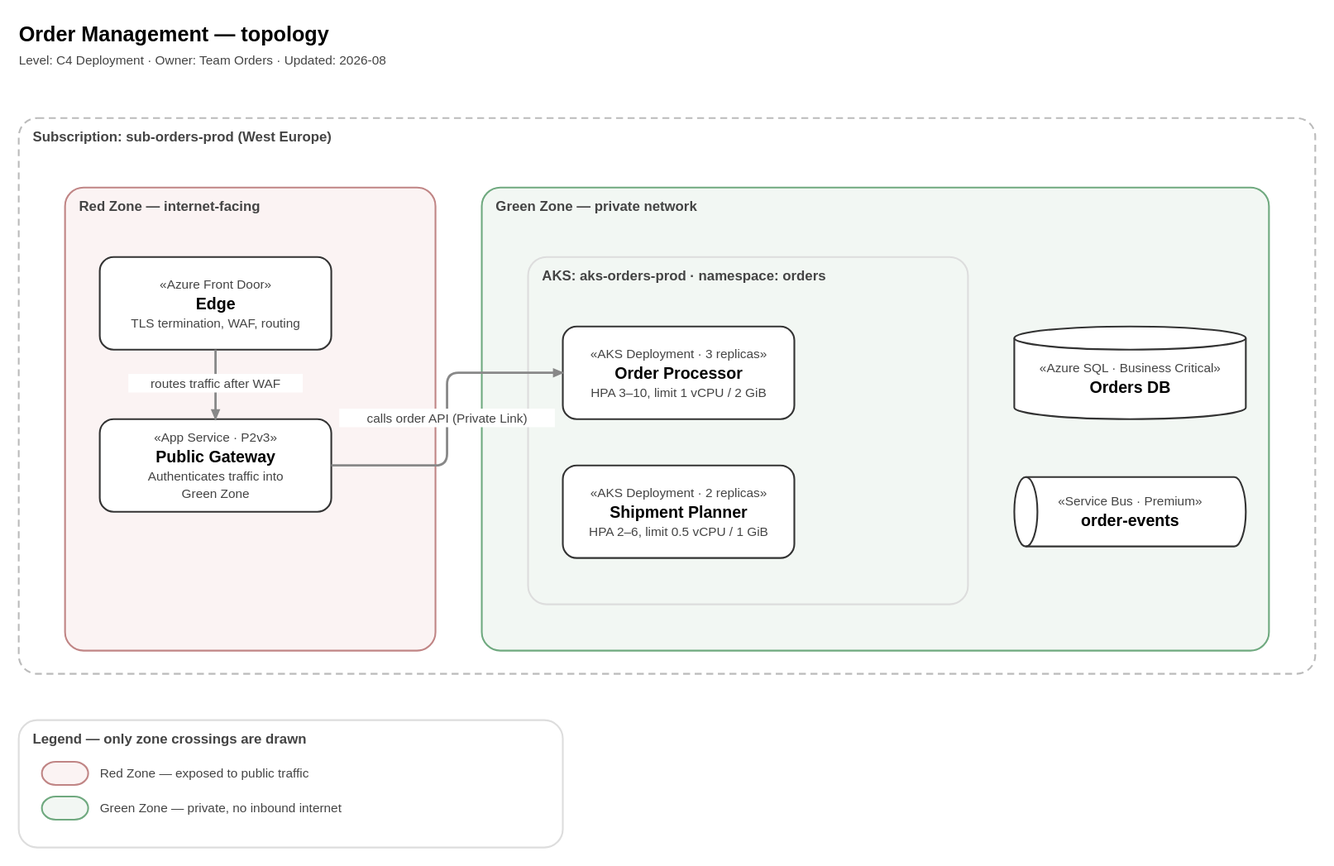
Before: examples/topology-example.drawio.svg, a diagram exported from draw.io (wojciech-ruchlewicz/drawio-architecture-kit). Source tidied: cells renumbered, new cells last; positions are measured from the earlier drawing's top-left corner, leaving out a move shared by most shapes.
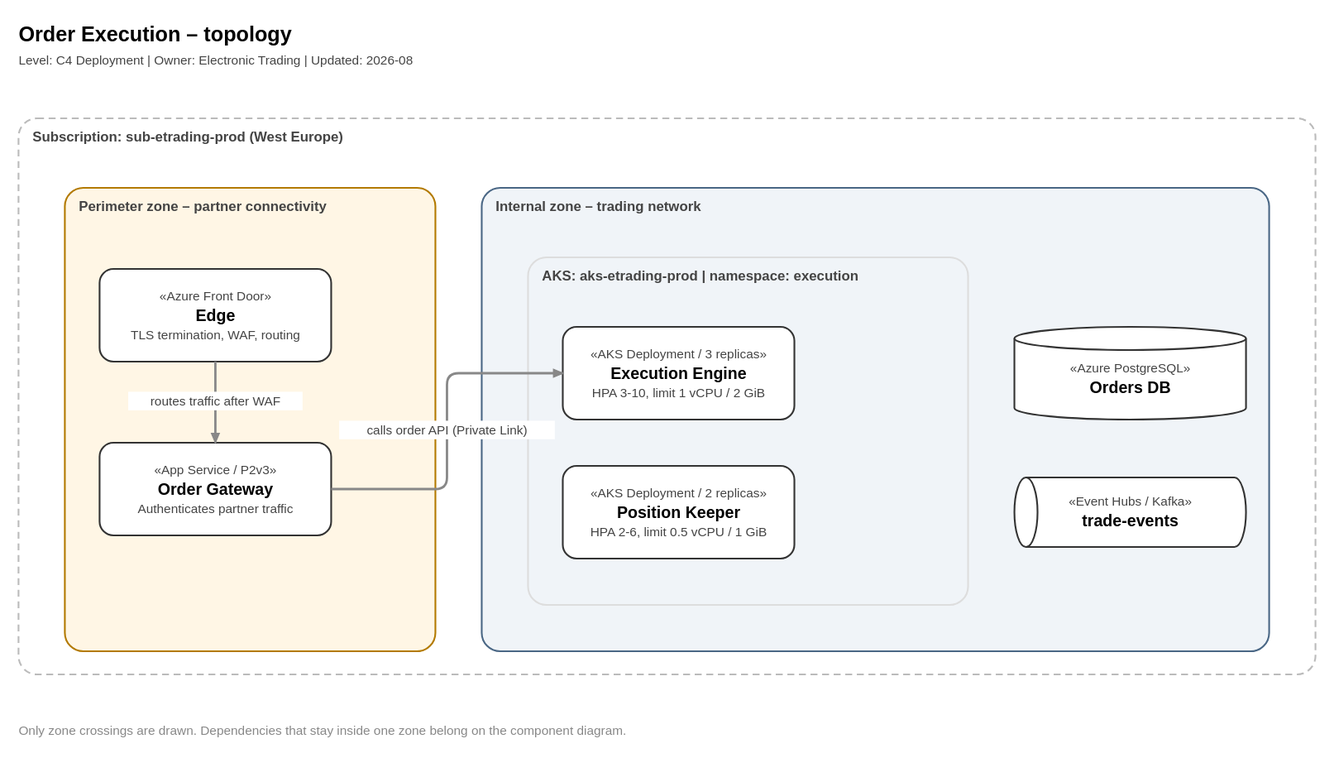
After the commit.

Change to the diagram source:
```diff
@@ -2,40 +2,40 @@
   <root>
     <mxCell id="0" />
     <mxCell id="1" parent="0" />
-    <mxCell id="2" value="Order Management — topology" style="text;html=1;align=left;verticalAlign=middle;fontFamily=Helvetica;fontSize=18;fontColor=#000000;fontStyle=1;" parent="1" vertex="1">
-      <mxGeometry width="700" height="26" as="geometry" />
+    <mxCell id="2" value="Order Execution – topology" style="text;html=1;align=left;verticalAlign=middle;fontFamily=Helvetica;fontSize=18;fontColor=#000000;fontStyle=1;" parent="1" vertex="1">
+      <mxGeometry width="800" height="26" as="geometry" />
     </mxCell>
-    <mxCell id="3" value="Level: C4 Deployment · Owner: Team Orders · Updated: 2026-08" style="text;html=1;align=left;verticalAlign=middle;fontFamily=Helvetica;fontSize=11;fontColor=#444444;" parent="1" vertex="1">
-      <mxGeometry y="28" width="700" height="16" as="geometry" />
+    <mxCell id="3" value="Level: C4 Deployment | Owner: Electronic Trading | Updated: 2026-08" style="text;html=1;align=left;verticalAlign=middle;fontFamily=Helvetica;fontSize=11;fontColor=#444444;" parent="1" vertex="1">
+      <mxGeometry y="28" width="800" height="16" as="geometry" />
     </mxCell>
-    <mxCell id="4" value="Subscription: sub-orders-prod (West Europe)" style="rounded=1;absoluteArcSize=1;arcSize=32;whiteSpace=wrap;html=1;strokeWidth=1.5;fontFamily=Helvetica;fontSize=12;fontStyle=1;fontColor=#444444;align=left;verticalAlign=top;spacingLeft=12;spacingTop=4;shadow=0;fillColor=none;strokeColor=#BBBBBB;dashed=1;dashPattern=8 4;" parent="1" vertex="1">
+    <mxCell id="4" value="Subscription: sub-etrading-prod (West Europe)" style="rounded=1;absoluteArcSize=1;arcSize=32;whiteSpace=wrap;html=1;strokeWidth=1.5;fontFamily=Helvetica;fontSize=12;fontStyle=1;fontColor=#444444;align=left;verticalAlign=top;spacingLeft=12;spacingTop=4;shadow=0;fillColor=none;strokeColor=#BBBBBB;dashed=1;dashPattern=8 4;" parent="1" vertex="1">
       <mxGeometry y="86" width="1120" height="480" as="geometry" />
     </mxCell>
-    <mxCell id="5" value="Red Zone — internet-facing" style="rounded=1;absoluteArcSize=1;arcSize=32;whiteSpace=wrap;html=1;strokeWidth=1.5;fontFamily=Helvetica;fontSize=12;fontStyle=1;fontColor=#444444;align=left;verticalAlign=top;spacingLeft=12;spacingTop=4;shadow=0;fillColor=#FBF3F3;strokeColor=#C08585;" parent="4" vertex="1">
+    <mxCell id="5" value="Perimeter zone – partner connectivity" style="rounded=1;absoluteArcSize=1;arcSize=32;whiteSpace=wrap;html=1;strokeWidth=1.5;fontFamily=Helvetica;fontSize=12;fontStyle=1;fontColor=#444444;align=left;verticalAlign=top;spacingLeft=12;spacingTop=4;shadow=0;fillColor=#FFF6E5;strokeColor=#B37A00;" parent="4" vertex="1">
       <mxGeometry x="40" y="60" width="320" height="400" as="geometry" />
     </mxCell>
     <mxCell id="6" value="&lt;div style=&quot;line-height:1.3&quot;&gt;&lt;font style=&quot;font-size:11px;color:#444444&quot;&gt;&amp;laquo;Azure Front Door&amp;raquo;&lt;/font&gt;&lt;br&gt;&lt;b style=&quot;font-size:14px;color:#000000&quot;&gt;Edge&lt;/b&gt;&lt;br&gt;&lt;font style=&quot;font-size:11px;color:#444444&quot;&gt;TLS termination, WAF, routing&lt;/font&gt;&lt;/div&gt;" style="rounded=1;absoluteArcSize=1;arcSize=24;whiteSpace=wrap;html=1;strokeWidth=1.5;fontFamily=Helvetica;fontSize=14;fontColor=#000000;align=center;verticalAlign=middle;spacingLeft=6;spacingRight=6;shadow=0;fillColor=#FFFFFF;strokeColor=#333333;" parent="5" vertex="1">
-      <mxGeometry x="30" y="60" width="200" height="80" as="geometry" />
+      <mxGeometry x="30" y="70" width="200" height="80" as="geometry" />
     </mxCell>
-    <mxCell id="7" value="&lt;div style=&quot;line-height:1.3&quot;&gt;&lt;font style=&quot;font-size:11px;color:#444444&quot;&gt;&amp;laquo;App Service · P2v3&amp;raquo;&lt;/font&gt;&lt;br&gt;&lt;b style=&quot;font-size:14px;color:#000000&quot;&gt;Public Gateway&lt;/b&gt;&lt;br&gt;&lt;font style=&quot;font-size:11px;color:#444444&quot;&gt;Authenticates traffic into Green Zone&lt;/font&gt;&lt;/div&gt;" style="rounded=1;absoluteArcSize=1;arcSize=24;whiteSpace=wrap;html=1;strokeWidth=1.5;fontFamily=Helvetica;fontSize=14;fontColor=#000000;align=center;verticalAlign=middle;spacingLeft=6;spacingRight=6;shadow=0;fillColor=#FFFFFF;strokeColor=#333333;" parent="5" vertex="1">
-      <mxGeometry x="30" y="200" width="200" height="80" as="geometry" />
+    <mxCell id="7" value="&lt;div style=&quot;line-height:1.3&quot;&gt;&lt;font style=&quot;font-size:11px;color:#444444&quot;&gt;&amp;laquo;App Service / P2v3&amp;raquo;&lt;/font&gt;&lt;br&gt;&lt;b style=&quot;font-size:14px;color:#000000&quot;&gt;Order Gateway&lt;/b&gt;&lt;br&gt;&lt;font style=&quot;font-size:11px;color:#444444&quot;&gt;Authenticates partner traffic&lt;/font&gt;&lt;/div&gt;" style="rounded=1;absoluteArcSize=1;arcSize=24;whiteSpace=wrap;html=1;strokeWidth=1.5;fontFamily=Helvetica;fontSize=14;fontColor=#000000;align=center;verticalAlign=middle;spacingLeft=6;spacingRight=6;shadow=0;fillColor=#FFFFFF;strokeColor=#333333;" parent="5" vertex="1">
+      <mxGeometry x="30" y="220" width="200" height="80" as="geometry" />
     </mxCell>
-    <mxCell id="8" value="Green Zone — private network" style="rounded=1;absoluteArcSize=1;arcSize=32;whiteSpace=wrap;html=1;strokeWidth=1.5;fontFamily=Helvetica;fontSize=12;fontStyle=1;fontColor=#444444;align=left;verticalAlign=top;spacingLeft=12;spacingTop=4;shadow=0;fillColor=#F2F7F3;strokeColor=#6FA97F;" parent="4" vertex="1">
+    <mxCell id="8" value="Internal zone – trading network" style="rounded=1;absoluteArcSize=1;arcSize=32;whiteSpace=wrap;html=1;strokeWidth=1.5;fontFamily=Helvetica;fontSize=12;fontStyle=1;fontColor=#444444;align=left;verticalAlign=top;spacingLeft=12;spacingTop=4;shadow=0;fillColor=#F0F4F8;strokeColor=#4A6785;" parent="4" vertex="1">
       <mxGeometry x="400" y="60" width="680" height="400" as="geometry" />
     </mxCell>
-    <mxCell id="9" value="AKS: aks-orders-prod · namespace: orders" style="rounded=1;absoluteArcSize=1;arcSize=32;whiteSpace=wrap;html=1;strokeWidth=1.5;fontFamily=Helvetica;fontSize=12;fontStyle=1;fontColor=#444444;align=left;verticalAlign=top;spacingLeft=12;spacingTop=4;shadow=0;fillColor=none;strokeColor=#DDDDDD;" parent="8" vertex="1">
+    <mxCell id="9" value="AKS: aks-etrading-prod | namespace: execution" style="rounded=1;absoluteArcSize=1;arcSize=32;whiteSpace=wrap;html=1;strokeWidth=1.5;fontFamily=Helvetica;fontSize=12;fontStyle=1;fontColor=#444444;align=left;verticalAlign=top;spacingLeft=12;spacingTop=4;shadow=0;fillColor=none;strokeColor=#DDDDDD;" parent="8" vertex="1">
       <mxGeometry x="40" y="60" width="380" height="300" as="geometry" />
     </mxCell>
-    <mxCell id="10" value="&lt;div style=&quot;line-height:1.3&quot;&gt;&lt;font style=&quot;font-size:11px;color:#444444&quot;&gt;&amp;laquo;AKS Deployment · 3 replicas&amp;raquo;&lt;/font&gt;&lt;br&gt;&lt;b style=&quot;font-size:14px;color:#000000&quot;&gt;Order Processor&lt;/b&gt;&lt;br&gt;&lt;font style=&quot;font-size:11px;color:#444444&quot;&gt;HPA 3–10, limit 1 vCPU / 2 GiB&lt;/font&gt;&lt;/div&gt;" style="rounded=1;absoluteArcSize=1;arcSize=24;whiteSpace=wrap;html=1;strokeWidth=1.5;fontFamily=Helvetica;fontSize=14;fontColor=#000000;align=center;verticalAlign=middle;spacingLeft=6;spacingRight=6;shadow=0;fillColor=#FFFFFF;strokeColor=#333333;" parent="9" vertex="1">
+    <mxCell id="10" value="&lt;div style=&quot;line-height:1.3&quot;&gt;&lt;font style=&quot;font-size:11px;color:#444444&quot;&gt;&amp;laquo;AKS Deployment / 3 replicas&amp;raquo;&lt;/font&gt;&lt;br&gt;&lt;b style=&quot;font-size:14px;color:#000000&quot;&gt;Execution Engine&lt;/b&gt;&lt;br&gt;&lt;font style=&quot;font-size:11px;color:#444444&quot;&gt;HPA 3-10, limit 1 vCPU / 2 GiB&lt;/font&gt;&lt;/div&gt;" style="rounded=1;absoluteArcSize=1;arcSize=24;whiteSpace=wrap;html=1;strokeWidth=1.5;fontFamily=Helvetica;fontSize=14;fontColor=#000000;align=center;verticalAlign=middle;spacingLeft=6;spacingRight=6;shadow=0;fillColor=#FFFFFF;strokeColor=#333333;" parent="9" vertex="1">
       <mxGeometry x="30" y="60" width="200" height="80" as="geometry" />
     </mxCell>
-    <mxCell id="11" value="&lt;div style=&quot;line-height:1.3&quot;&gt;&lt;font style=&quot;font-size:11px;color:#444444&quot;&gt;&amp;laquo;AKS Deployment · 2 replicas&amp;raquo;&lt;/font&gt;&lt;br&gt;&lt;b style=&quot;font-size:14px;color:#000000&quot;&gt;Shipment Planner&lt;/b&gt;&lt;br&gt;&lt;font style=&quot;font-size:11px;color:#444444&quot;&gt;HPA 2–6, limit 0.5 vCPU / 1 GiB&lt;/font&gt;&lt;/div&gt;" style="rounded=1;absoluteArcSize=1;arcSize=24;whiteSpace=wrap;html=1;strokeWidth=1.5;fontFamily=Helvetica;fontSize=14;fontColor=#000000;align=center;verticalAlign=middle;spacingLeft=6;spacingRight=6;shadow=0;fillColor=#FFFFFF;strokeColor=#333333;" parent="9" vertex="1">
+    <mxCell id="11" value="&lt;div style=&quot;line-height:1.3&quot;&gt;&lt;font style=&quot;font-size:11px;color:#444444&quot;&gt;&amp;laquo;AKS Deployment / 2 replicas&amp;raquo;&lt;/font&gt;&lt;br&gt;&lt;b style=&quot;font-size:14px;color:#000000&quot;&gt;Position Keeper&lt;/b&gt;&lt;br&gt;&lt;font style=&quot;font-size:11px;color:#444444&quot;&gt;HPA 2-6, limit 0.5 vCPU / 1 GiB&lt;/font&gt;&lt;/div&gt;" style="rounded=1;absoluteArcSize=1;arcSize=24;whiteSpace=wrap;html=1;strokeWidth=1.5;fontFamily=Helvetica;fontSize=14;fontColor=#000000;align=center;verticalAlign=middle;spacingLeft=6;spacingRight=6;shadow=0;fillColor=#FFFFFF;strokeColor=#333333;" parent="9" vertex="1">
       <mxGeometry x="30" y="180" width="200" height="80" as="geometry" />
     </mxCell>
-    <mxCell id="12" value="&lt;div style=&quot;line-height:1.3&quot;&gt;&lt;font style=&quot;font-size:11px;color:#444444&quot;&gt;&amp;laquo;Azure SQL · Business Critical&amp;raquo;&lt;/font&gt;&lt;br&gt;&lt;b style=&quot;font-size:14px;color:#000000&quot;&gt;Orders DB&lt;/b&gt;&lt;/div&gt;" style="shape=cylinder3;boundedLbl=1;backgroundOutline=1;size=10;whiteSpace=wrap;html=1;strokeWidth=1.5;fontFamily=Helvetica;fontSize=14;fontColor=#000000;align=center;verticalAlign=middle;shadow=0;fillColor=#FFFFFF;strokeColor=#333333;" parent="8" vertex="1">
+    <mxCell id="12" value="&lt;div style=&quot;line-height:1.3&quot;&gt;&lt;font style=&quot;font-size:11px;color:#444444&quot;&gt;&amp;laquo;Azure PostgreSQL&amp;raquo;&lt;/font&gt;&lt;br&gt;&lt;b style=&quot;font-size:14px;color:#000000&quot;&gt;Orders DB&lt;/b&gt;&lt;/div&gt;" style="shape=cylinder3;boundedLbl=1;backgroundOutline=1;size=10;whiteSpace=wrap;html=1;strokeWidth=1.5;fontFamily=Helvetica;fontSize=14;fontColor=#000000;align=center;verticalAlign=middle;shadow=0;fillColor=#FFFFFF;strokeColor=#333333;" parent="8" vertex="1">
       <mxGeometry x="460" y="120" width="200" height="80" as="geometry" />
     </mxCell>
-    <mxCell id="13" value="&lt;div style=&quot;line-height:1.3&quot;&gt;&lt;font style=&quot;font-size:11px;color:#444444&quot;&gt;&amp;laquo;Service Bus · Premium&amp;raquo;&lt;/font&gt;&lt;br&gt;&lt;b style=&quot;font-size:14px;color:#000000&quot;&gt;order-events&lt;/b&gt;&lt;/div&gt;" style="shape=cylinder3;boundedLbl=1;backgroundOutline=1;size=10;direction=north;whiteSpace=wrap;html=1;strokeWidth=1.5;fontFamily=Helvetica;fontSize=14;fontColor=#000000;align=center;verticalAlign=middle;shadow=0;fillColor=#FFFFFF;strokeColor=#333333;" parent="8" vertex="1">
+    <mxCell id="13" value="&lt;div style=&quot;line-height:1.3&quot;&gt;&lt;font style=&quot;font-size:11px;color:#444444&quot;&gt;&amp;laquo;Event Hubs / Kafka&amp;raquo;&lt;/font&gt;&lt;br&gt;&lt;b style=&quot;font-size:14px;color:#000000&quot;&gt;trade-events&lt;/b&gt;&lt;/div&gt;" style="shape=cylinder3;boundedLbl=1;backgroundOutline=1;size=10;direction=north;whiteSpace=wrap;html=1;strokeWidth=1.5;fontFamily=Helvetica;fontSize=14;fontColor=#000000;align=center;verticalAlign=middle;shadow=0;fillColor=#FFFFFF;strokeColor=#333333;" parent="8" vertex="1">
       <mxGeometry x="460" y="250" width="200" height="60" as="geometry" />
     </mxCell>
     <mxCell id="14" value="routes traffic after WAF" style="edgeStyle=orthogonalEdgeStyle;rounded=1;arcSize=10;html=1;jumpStyle=arc;jumpSize=8;fontFamily=Helvetica;fontSize=11;fontColor=#444444;labelBackgroundColor=#FFFFFF;strokeWidth=2;strokeColor=#888888;endArrow=blockThin;endFill=1;endSize=6;exitX=0.5;exitY=1;exitDx=0;exitDy=0;entryX=0.5;entryY=0;entryDx=0;entryDy=0;" parent="1" edge="1" source="6" target="7">
@@ -44,20 +44,8 @@
     <mxCell id="15" value="calls order API (Private Link)" style="edgeStyle=orthogonalEdgeStyle;rounded=1;arcSize=10;html=1;jumpStyle=arc;jumpSize=8;fontFamily=Helvetica;fontSize=11;fontColor=#444444;labelBackgroundColor=#FFFFFF;strokeWidth=2;strokeColor=#888888;endArrow=blockThin;endFill=1;endSize=6;exitX=1;exitY=0.5;exitDx=0;exitDy=0;entryX=0;entryY=0.5;entryDx=0;entryDy=0;" parent="1" edge="1" source="7" target="10">
       <mxGeometry relative="1" as="geometry" />
     </mxCell>
-    <mxCell id="16" value="Legend — only zone crossings are drawn" style="rounded=1;absoluteArcSize=1;arcSize=32;whiteSpace=wrap;html=1;strokeWidth=1.5;fontFamily=Helvetica;fontSize=12;fontStyle=1;fontColor=#444444;align=left;verticalAlign=top;spacingLeft=12;spacingTop=4;shadow=0;fillColor=none;strokeColor=#DDDDDD;" parent="1" vertex="1">
-      <mxGeometry y="606" width="470" height="110" as="geometry" />
+    <mxCell id="16" value="Only zone crossings are drawn. Dependencies that stay inside one zone belong on the component diagram." style="text;html=1;align=left;verticalAlign=middle;fontFamily=Helvetica;fontSize=11;fontColor=#888888;" parent="1" vertex="1">
+      <mxGeometry y="606" width="900" height="16" as="geometry" />
     </mxCell>
-    <mxCell id="17" style="rounded=1;absoluteArcSize=1;arcSize=24;whiteSpace=wrap;html=1;strokeWidth=1.5;fontFamily=Helvetica;fontSize=14;fontColor=#000000;align=center;verticalAlign=middle;spacingLeft=6;spacingRight=6;shadow=0;fillColor=#FBF3F3;strokeColor=#C08585;" parent="16" vertex="1">
-      <mxGeometry x="20" y="36" width="40" height="20" as="geometry" />
-    </mxCell>
-    <mxCell id="18" value="Red Zone — exposed to public traffic" style="text;html=1;align=left;verticalAlign=middle;fontFamily=Helvetica;fontSize=11;fontColor=#444444;" parent="16" vertex="1">
-      <mxGeometry x="70" y="36" width="380" height="20" as="geometry" />
-    </mxCell>
-    <mxCell id="19" style="rounded=1;absoluteArcSize=1;arcSize=24;whiteSpace=wrap;html=1;strokeWidth=1.5;fontFamily=Helvetica;fontSize=14;fontColor=#000000;align=center;verticalAlign=middle;spacingLeft=6;spacingRight=6;shadow=0;fillColor=#F2F7F3;strokeColor=#6FA97F;" parent="16" vertex="1">
-      <mxGeometry x="20" y="66" width="40" height="20" as="geometry" />
-    </mxCell>
-    <mxCell id="20" value="Green Zone — private, no inbound internet" style="text;html=1;align=left;verticalAlign=middle;fontFamily=Helvetica;fontSize=11;fontColor=#444444;" parent="16" vertex="1">
-      <mxGeometry x="70" y="66" width="380" height="20" as="geometry" />
-    </mxCell>
   </root>
 </mxGraphModel>
```
